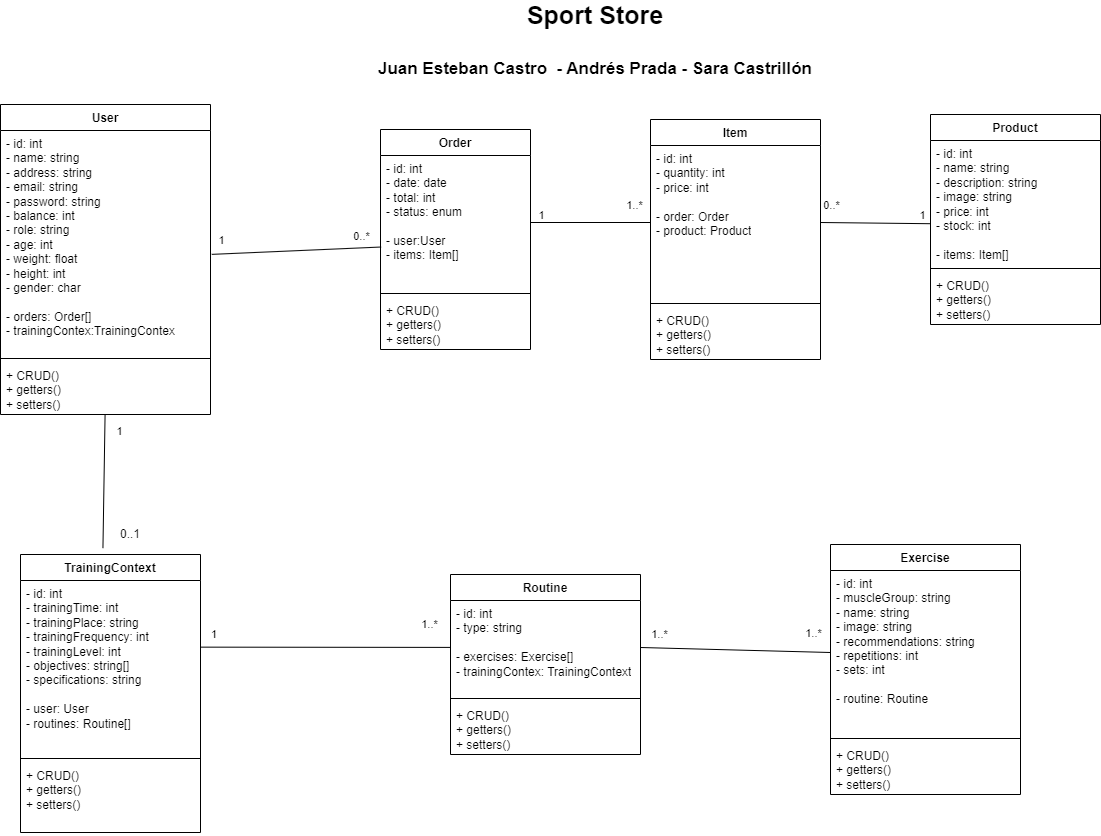
Before: sportShop_FINAL.png, a diagram exported from draw.io (SaraCastril1/devSport). Source tidied: cells renumbered, new cells last; positions are measured from the earlier drawing's top-left corner, leaving out a move shared by most shapes.
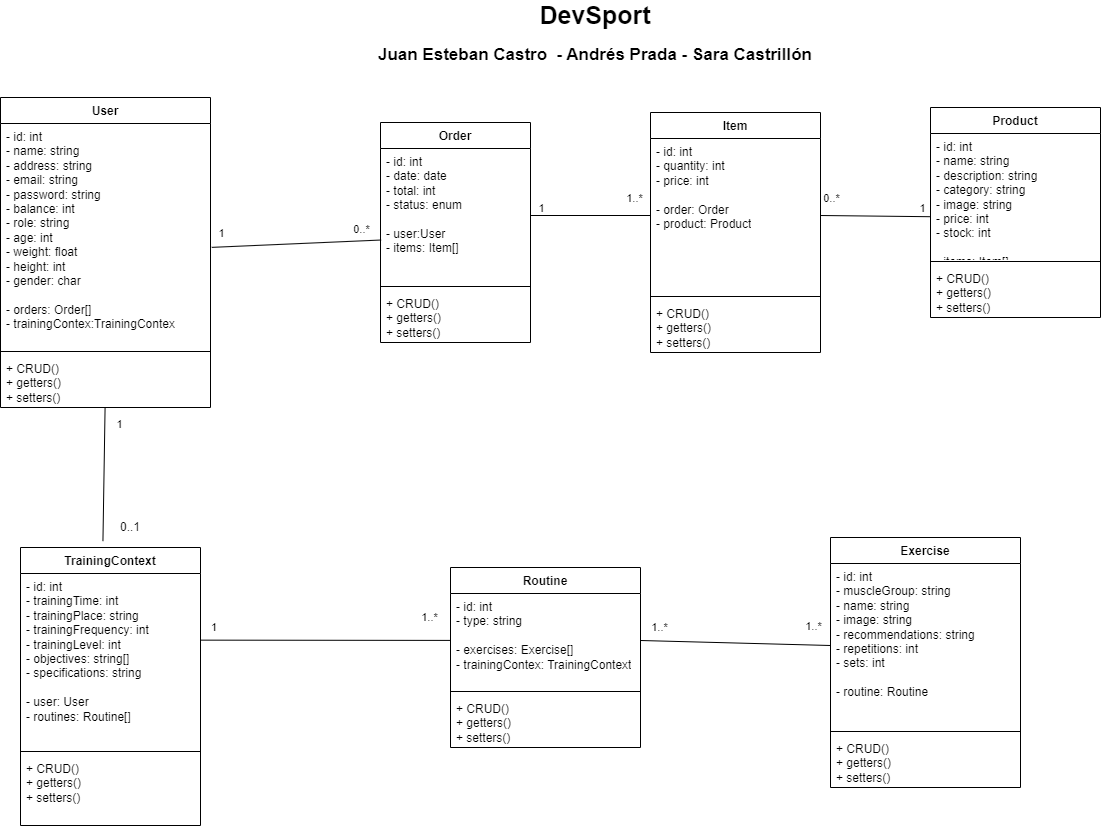
The same file after the commit.

The edit, as a diff of the source:
```diff
@@ -1,4 +1,4 @@
-<mxGraphModel>
+<mxGraphModel background="#ffffff">
   <root>
     <mxCell id="0" />
     <mxCell id="1" parent="0" />
@@ -29,7 +29,7 @@
     <mxCell id="10" value="Product" style="swimlane;fontStyle=1;align=center;verticalAlign=top;horizontal=1;startSize=26;whiteSpace=wrap;html=1;" parent="1" vertex="1">
       <mxGeometry x="930" y="90" width="170" height="210" as="geometry" />
     </mxCell>
-    <mxCell id="11" value="- id: int&lt;br&gt;- name: string&lt;br&gt;- description: string&lt;br&gt;- image: string&lt;br style=&quot;border-color: var(--border-color);&quot;&gt;- price: int&lt;br&gt;- stock: int&lt;br&gt;&lt;br&gt;- items: Item[]" style="text;strokeColor=none;fillColor=none;align=left;verticalAlign=top;spacingLeft=4;spacingRight=4;overflow=hidden;points=[[0,0.5],[1,0.5]];portConstraint=eastwest;whiteSpace=wrap;html=1;" parent="10" vertex="1">
+    <mxCell id="11" value="- id: int&lt;br&gt;- name: string&lt;br&gt;- description: string&lt;br&gt;- category: string&lt;br&gt;- image: string&lt;br style=&quot;border-color: var(--border-color);&quot;&gt;- price: int&lt;br&gt;- stock: int&lt;br&gt;&lt;br&gt;- items: Item[]" style="text;strokeColor=none;fillColor=none;align=left;verticalAlign=top;spacingLeft=4;spacingRight=4;overflow=hidden;points=[[0,0.5],[1,0.5]];portConstraint=eastwest;whiteSpace=wrap;html=1;" parent="10" vertex="1">
       <mxGeometry y="26" width="170" height="124" as="geometry" />
     </mxCell>
     <mxCell id="12" style="line;strokeWidth=1;fillColor=none;align=left;verticalAlign=middle;spacingTop=-1;spacingLeft=3;spacingRight=3;labelPosition=right;strokeColor=inherit;" parent="10" vertex="1">
@@ -160,7 +160,7 @@
         <mxPoint x="-241" y="-1" as="offset" />
       </mxGeometry>
     </mxCell>
-    <mxCell id="48" value="&lt;font style=&quot;&quot;&gt;&lt;font style=&quot;font-size: 25px;&quot;&gt;Sport Store&lt;/font&gt;&lt;br&gt;&lt;br&gt;&lt;br&gt;&lt;span style=&quot;font-size: 17px; background-color: initial;&quot;&gt;Juan Esteban Castro&amp;nbsp; - Andrés Prada - Sara Castrillón&lt;/span&gt;&lt;/font&gt;" style="text;html=1;strokeColor=none;fillColor=none;align=center;verticalAlign=middle;whiteSpace=wrap;rounded=0;fontStyle=1;" parent="1" vertex="1">
+    <mxCell id="48" value="&lt;font style=&quot;&quot;&gt;&lt;span style=&quot;font-size: 25px;&quot;&gt;DevSport&lt;/span&gt;&lt;br&gt;&lt;br&gt;&lt;span style=&quot;font-size: 17px; background-color: initial;&quot;&gt;Juan Esteban Castro&amp;nbsp; - Andrés Prada - Sara Castrillón&lt;/span&gt;&lt;/font&gt;" style="text;html=1;strokeColor=none;fillColor=none;align=center;verticalAlign=middle;whiteSpace=wrap;rounded=0;fontStyle=1;" parent="1" vertex="1">
       <mxGeometry x="360" width="470" height="30" as="geometry" />
     </mxCell>
     <mxCell id="49" value="0..1" style="text;html=1;strokeColor=none;fillColor=none;align=center;verticalAlign=middle;whiteSpace=wrap;rounded=0;" parent="1" vertex="1">
```
